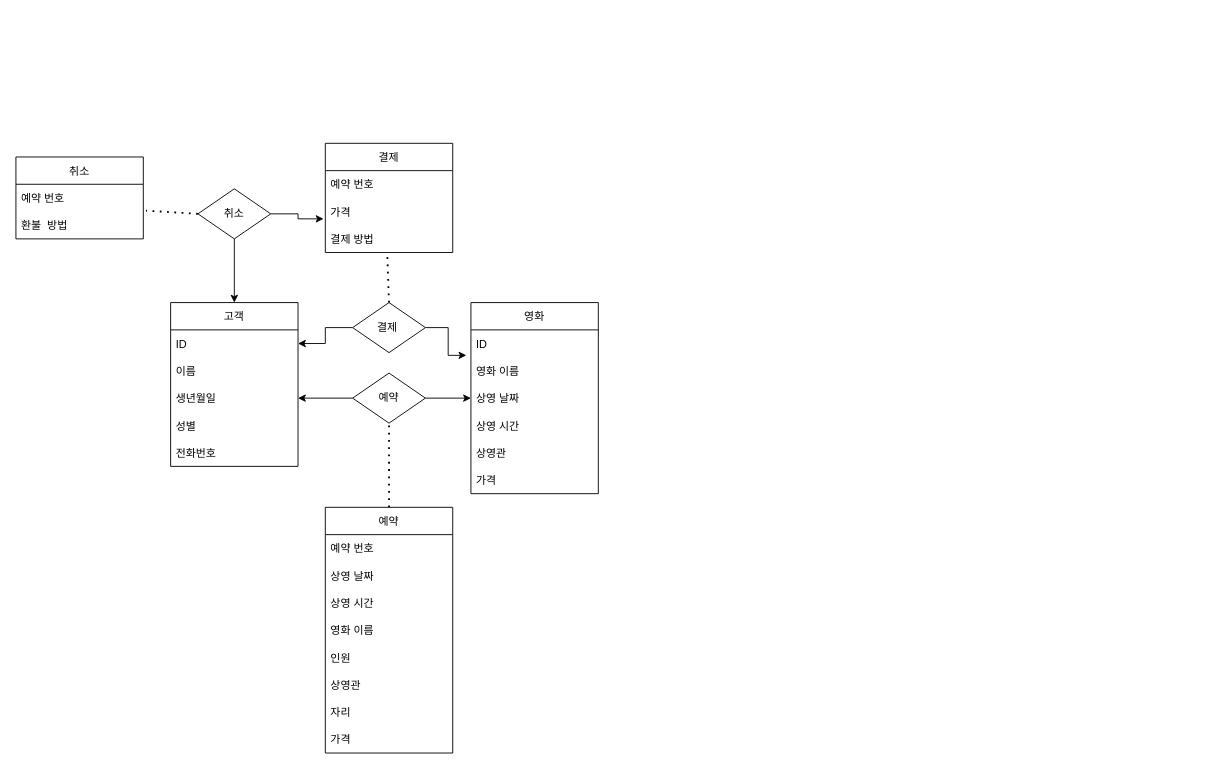
Earlier version of the draw.io diagram 예매 및 취소.drawio (chacha0707/db). Source tidied: cells renumbered, new cells numbered last; positions are measured from the earlier drawing's top-left corner, leaving out a move shared by most shapes. Both pictures are drawn from the tidied source at 91%, with x=0, y=0 at pixel (15, 143).
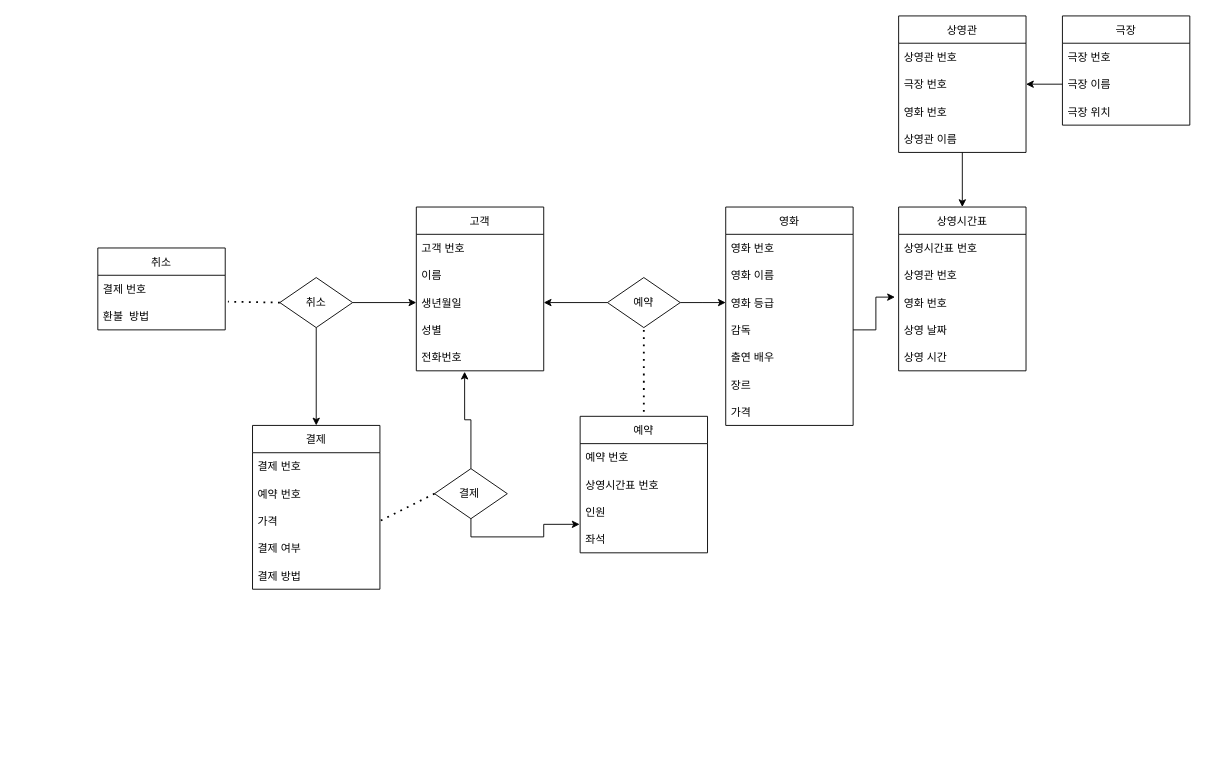
After the change.

Commit message:
Update 예매 및 취소.drawio

Unchanged cells that the change refers to:
```xml
<mxCell id="17" value="생년월일" style="text;strokeColor=none;fillColor=none;align=left;verticalAlign=middle;spacingLeft=4;spacingRight=4;overflow=hidden;points=[[0,0.5],[1,0.5]];portConstraint=eastwest;" parent="14" vertex="1">
  <mxGeometry y="90" width="140" height="30" as="geometry" />
</mxCell>
<mxCell id="19" value="전화번호" style="text;strokeColor=none;fillColor=none;align=left;verticalAlign=middle;spacingLeft=4;spacingRight=4;overflow=hidden;points=[[0,0.5],[1,0.5]];portConstraint=eastwest;" parent="14" vertex="1">
  <mxGeometry y="150" width="140" height="30" as="geometry" />
</mxCell>
```

Diff of the diagram source:
```diff
@@
     <mxCell id="2" value="취소" style="swimlane;fontStyle=0;horizontal=1;startSize=30;" parent="1" vertex="1">
-      <mxGeometry y="15" width="140" height="90" as="geometry" />
+      <mxGeometry x="90" y="115" width="140" height="90" as="geometry" />
     </mxCell>
-    <mxCell id="3" value="예약 번호" style="text;strokeColor=none;fillColor=none;align=left;verticalAlign=middle;spacingLeft=4;spacingRight=4;overflow=hidden;" parent="2" vertex="1">
+    <mxCell id="3" value="결제 번호" style="text;strokeColor=none;fillColor=none;align=left;verticalAlign=middle;spacingLeft=4;spacingRight=4;overflow=hidden;" parent="2" vertex="1">
       <mxGeometry y="30" width="140" height="30" as="geometry" />
     </mxCell>
@@
     <mxCell id="5" value="예약" style="swimlane;fontStyle=0;horizontal=1;startSize=30;" parent="1" vertex="1">
-      <mxGeometry x="340" y="400" width="140" height="270" as="geometry" />
+      <mxGeometry x="620" y="300" width="140" height="150" as="geometry" />
     </mxCell>
@@
-    <mxCell id="7" value="상영 날짜" style="text;strokeColor=none;fillColor=none;align=left;verticalAlign=middle;spacingLeft=4;spacingRight=4;overflow=hidden;" parent="5" vertex="1">
-      <mxGeometry y="60" width="140" height="30" as="geometry" />
-    </mxCell>
-    <mxCell id="8" value="상영 시간" style="text;strokeColor=none;fillColor=none;align=left;verticalAlign=middle;spacingLeft=4;spacingRight=4;overflow=hidden;" parent="5" vertex="1">
-      <mxGeometry y="90" width="140" height="30" as="geometry" />
-    </mxCell>
-    <mxCell id="9" value="영화 이름" style="text;strokeColor=none;fillColor=none;align=left;verticalAlign=middle;spacingLeft=4;spacingRight=4;overflow=hidden;" parent="5" vertex="1">
-      <mxGeometry y="120" width="140" height="30" as="geometry" />
-    </mxCell>
+    <mxCell id="43" value="상영시간표 번호" style="text;strokeColor=none;fillColor=none;align=left;verticalAlign=middle;spacingLeft=4;spacingRight=4;overflow=hidden;" parent="5" vertex="1">
+      <mxGeometry y="60" width="140" height="30" as="geometry" />
+    </mxCell>
     <mxCell id="10" value="인원" style="text;strokeColor=none;fillColor=none;align=left;verticalAlign=middle;spacingLeft=4;spacingRight=4;overflow=hidden;" parent="5" vertex="1">
-      <mxGeometry y="150" width="140" height="30" as="geometry" />
+      <mxGeometry y="90" width="140" height="30" as="geometry" />
     </mxCell>
-    <mxCell id="11" value="상영관" style="text;strokeColor=none;fillColor=none;align=left;verticalAlign=middle;spacingLeft=4;spacingRight=4;overflow=hidden;" parent="5" vertex="1">
-      <mxGeometry y="180" width="140" height="30" as="geometry" />
-    </mxCell>
-    <mxCell id="12" value="자리" style="text;strokeColor=none;fillColor=none;align=left;verticalAlign=middle;spacingLeft=4;spacingRight=4;overflow=hidden;points=[[0,0.5],[1,0.5]];portConstraint=eastwest;" parent="5" vertex="1">
-      <mxGeometry y="210" width="140" height="30" as="geometry" />
+    <mxCell id="12" value="좌석" style="text;strokeColor=none;fillColor=none;align=left;verticalAlign=middle;spacingLeft=4;spacingRight=4;overflow=hidden;points=[[0,0.5],[1,0.5]];portConstraint=eastwest;" parent="5" vertex="1">
+      <mxGeometry y="120" width="140" height="30" as="geometry" />
     </mxCell>
-    <mxCell id="13" value="가격" style="text;strokeColor=none;fillColor=none;align=left;verticalAlign=middle;spacingLeft=4;spacingRight=4;overflow=hidden;" parent="5" vertex="1">
-      <mxGeometry y="240" width="140" height="30" as="geometry" />
-    </mxCell>
     <mxCell id="14" value="고객" style="swimlane;fontStyle=0;horizontal=1;startSize=30;" parent="1" vertex="1">
-      <mxGeometry x="170" y="175" width="140" height="180" as="geometry" />
+      <mxGeometry x="440" y="70" width="140" height="180" as="geometry" />
     </mxCell>
-    <mxCell id="15" value="ID" style="text;strokeColor=none;fillColor=none;align=left;verticalAlign=middle;spacingLeft=4;spacingRight=4;overflow=hidden;points=[[0,0.5],[1,0.5]];portConstraint=eastwest;" parent="14" vertex="1">
+    <mxCell id="15" value="고객 번호" style="text;strokeColor=none;fillColor=none;align=left;verticalAlign=middle;spacingLeft=4;spacingRight=4;overflow=hidden;points=[[0,0.5],[1,0.5]];portConstraint=eastwest;" parent="14" vertex="1">
       <mxGeometry y="30" width="140" height="30" as="geometry" />
     </mxCell>
@@
     <mxCell id="20" value="영화" style="swimlane;fontStyle=0;horizontal=1;startSize=30;" parent="1" vertex="1">
-      <mxGeometry x="500" y="175" width="140" height="210" as="geometry" />
+      <mxGeometry x="780" y="70" width="140" height="240" as="geometry" />
     </mxCell>
-    <mxCell id="21" value="ID" style="text;strokeColor=none;fillColor=none;align=left;verticalAlign=middle;spacingLeft=4;spacingRight=4;overflow=hidden;points=[[0,0.5],[1,0.5]];portConstraint=eastwest;" parent="20" vertex="1">
-      <mxGeometry y="30" width="140" height="30" as="geometry" />
-    </mxCell>
+    <mxCell id="44" value="영화 번호" style="text;strokeColor=none;fillColor=none;align=left;verticalAlign=middle;spacingLeft=4;spacingRight=4;overflow=hidden;" parent="20" vertex="1">
+      <mxGeometry y="30" width="140" height="30" as="geometry" />
+    </mxCell>
@@
-    <mxCell id="23" value="상영 날짜" style="text;strokeColor=none;fillColor=none;align=left;verticalAlign=middle;spacingLeft=4;spacingRight=4;overflow=hidden;points=[[0,0.5],[1,0.5]];portConstraint=eastwest;" parent="20" vertex="1">
-      <mxGeometry y="90" width="140" height="30" as="geometry" />
-    </mxCell>
-    <mxCell id="24" value="상영 시간" style="text;strokeColor=none;fillColor=none;align=left;verticalAlign=middle;spacingLeft=4;spacingRight=4;overflow=hidden;" parent="20" vertex="1">
-      <mxGeometry y="120" width="140" height="30" as="geometry" />
-    </mxCell>
-    <mxCell id="25" value="상영관" style="text;strokeColor=none;fillColor=none;align=left;verticalAlign=middle;spacingLeft=4;spacingRight=4;overflow=hidden;" parent="20" vertex="1">
-      <mxGeometry y="150" width="140" height="30" as="geometry" />
-    </mxCell>
+    <mxCell id="45" value="영화 등급" style="text;strokeColor=none;fillColor=none;align=left;verticalAlign=middle;spacingLeft=4;spacingRight=4;overflow=hidden;" parent="20" vertex="1">
+      <mxGeometry y="90" width="140" height="30" as="geometry" />
+    </mxCell>
+    <mxCell id="46" value="감독" style="text;strokeColor=none;fillColor=none;align=left;verticalAlign=middle;spacingLeft=4;spacingRight=4;overflow=hidden;points=[[0,0.5],[1,0.5]];portConstraint=eastwest;" parent="20" vertex="1">
+      <mxGeometry y="120" width="140" height="30" as="geometry" />
+    </mxCell>
+    <mxCell id="47" value="출연 배우" style="text;strokeColor=none;fillColor=none;align=left;verticalAlign=middle;spacingLeft=4;spacingRight=4;overflow=hidden;" parent="20" vertex="1">
+      <mxGeometry y="150" width="140" height="30" as="geometry" />
+    </mxCell>
+    <mxCell id="48" value="장르" style="text;strokeColor=none;fillColor=none;align=left;verticalAlign=middle;spacingLeft=4;spacingRight=4;overflow=hidden;" parent="20" vertex="1">
+      <mxGeometry y="180" width="140" height="30" as="geometry" />
+    </mxCell>
     <mxCell id="26" value="가격" style="text;strokeColor=none;fillColor=none;align=left;verticalAlign=middle;spacingLeft=4;spacingRight=4;overflow=hidden;" parent="20" vertex="1">
-      <mxGeometry y="180" width="140" height="30" as="geometry" />
+      <mxGeometry y="210" width="140" height="30" as="geometry" />
     </mxCell>
@@
-    <mxCell id="28" style="edgeStyle=orthogonalEdgeStyle;rounded=0;jettySize=auto;html=1;entryX=0;entryY=0.5;entryDx=0;entryDy=0;" parent="1" edge="1" source="29" target="23">
-      <mxGeometry relative="1" as="geometry" />
+    <mxCell id="28" style="edgeStyle=orthogonalEdgeStyle;rounded=0;jettySize=auto;html=1;entryX=0;entryY=0.5;entryDx=0;entryDy=0;" parent="1" edge="1" source="29">
+      <mxGeometry relative="1" as="geometry">
+        <mxPoint x="780" y="175" as="targetPoint" />
+      </mxGeometry>
     </mxCell>
     <mxCell id="29" value="예약" style="shape=rhombus;perimeter=rhombusPerimeter;whiteSpace=wrap;html=1;align=center;" parent="1" vertex="1">
-      <mxGeometry x="370" y="252.5" width="80" height="55" as="geometry" />
+      <mxGeometry x="650" y="147.5" width="80" height="55" as="geometry" />
     </mxCell>
-    <mxCell id="30" style="edgeStyle=orthogonalEdgeStyle;rounded=0;jettySize=auto;html=1;entryX=1;entryY=0.5;entryDx=0;entryDy=0;" parent="1" edge="1" source="32" target="15">
+    <mxCell id="30" style="edgeStyle=orthogonalEdgeStyle;rounded=0;jettySize=auto;html=1;entryX=0.379;entryY=1.033;entryDx=0;entryDy=0;entryPerimeter=0;" parent="1" edge="1" source="32" target="19">
       <mxGeometry relative="1" as="geometry" />
     </mxCell>
-    <mxCell id="31" style="edgeStyle=orthogonalEdgeStyle;rounded=0;jettySize=auto;html=1;entryX=-0.036;entryY=0.933;entryDx=0;entryDy=0;entryPerimeter=0;" parent="1" edge="1" source="32" target="21">
+    <mxCell id="31" style="edgeStyle=orthogonalEdgeStyle;rounded=0;jettySize=auto;html=1;entryX=-0.004;entryY=-0.044;entryDx=0;entryDy=0;entryPerimeter=0;" parent="1" edge="1" source="32" target="12">
       <mxGeometry relative="1" as="geometry" />
     </mxCell>
     <mxCell id="32" value="결제&amp;nbsp;" style="shape=rhombus;perimeter=rhombusPerimeter;whiteSpace=wrap;html=1;align=center;" parent="1" vertex="1">
-      <mxGeometry x="370" y="175" width="80" height="55" as="geometry" />
+      <mxGeometry x="460" y="357.5" width="80" height="55" as="geometry" />
     </mxCell>
     <mxCell id="33" value="결제" style="swimlane;fontStyle=0;horizontal=1;startSize=30;" parent="1" vertex="1">
-      <mxGeometry x="340" width="140" height="120" as="geometry" />
+      <mxGeometry x="260" y="310" width="140" height="180" as="geometry" />
     </mxCell>
+    <mxCell id="49" value="결제 번호" style="text;strokeColor=none;fillColor=none;align=left;verticalAlign=middle;spacingLeft=4;spacingRight=4;overflow=hidden;" parent="33" vertex="1">
+      <mxGeometry y="30" width="140" height="30" as="geometry" />
+    </mxCell>
     <mxCell id="34" value="예약 번호" style="text;strokeColor=none;fillColor=none;align=left;verticalAlign=middle;spacingLeft=4;spacingRight=4;overflow=hidden;" parent="33" vertex="1">
-      <mxGeometry y="30" width="140" height="30" as="geometry" />
+      <mxGeometry y="60" width="140" height="30" as="geometry" />
     </mxCell>
     <mxCell id="35" value="가격" style="text;strokeColor=none;fillColor=none;align=left;verticalAlign=middle;spacingLeft=4;spacingRight=4;overflow=hidden;points=[[0,0.5],[1,0.5]];portConstraint=eastwest;" parent="33" vertex="1">
-      <mxGeometry y="60" width="140" height="30" as="geometry" />
+      <mxGeometry y="90" width="140" height="30" as="geometry" />
     </mxCell>
+    <mxCell id="50" value="결제 여부" style="text;strokeColor=none;fillColor=none;align=left;verticalAlign=middle;spacingLeft=4;spacingRight=4;overflow=hidden;" parent="33" vertex="1">
+      <mxGeometry y="120" width="140" height="30" as="geometry" />
+    </mxCell>
     <mxCell id="36" value="결제 방법" style="text;strokeColor=none;fillColor=none;align=left;verticalAlign=middle;spacingLeft=4;spacingRight=4;overflow=hidden;points=[[0,0.5],[1,0.5]];portConstraint=eastwest;" parent="33" vertex="1">
-      <mxGeometry y="90" width="140" height="30" as="geometry" />
+      <mxGeometry y="150" width="140" height="30" as="geometry" />
     </mxCell>
-    <mxCell id="37" style="endArrow=none;dashed=1;html=1;dashPattern=1 3;strokeWidth=2;rounded=0;entryX=0.5;entryY=1;entryDx=0;entryDy=0;exitX=0.5;exitY=0;exitDx=0;exitDy=0;" parent="1" edge="1" source="5" target="29">
-      <mxGeometry relative="1" as="geometry" />
+    <mxCell id="37" style="endArrow=none;dashed=1;html=1;dashPattern=1 3;strokeWidth=2;rounded=0;entryX=0.5;entryY=1;entryDx=0;entryDy=0;exitX=0.5;exitY=0;exitDx=0;exitDy=0;" parent="1" edge="1" target="29">
+      <mxGeometry relative="1" as="geometry">
+        <mxPoint x="690" y="295" as="sourcePoint" />
+      </mxGeometry>
     </mxCell>
-    <mxCell id="38" style="endArrow=none;dashed=1;html=1;dashPattern=1 3;strokeWidth=2;rounded=0;entryX=0.486;entryY=1.067;entryDx=0;entryDy=0;entryPerimeter=0;exitX=0.5;exitY=0;exitDx=0;exitDy=0;" parent="1" edge="1" source="32" target="36">
-      <mxGeometry relative="1" as="geometry" />
-    </mxCell>
-    <mxCell id="39" style="edgeStyle=orthogonalEdgeStyle;rounded=0;jettySize=auto;html=1;entryX=-0.014;entryY=0.767;entryDx=0;entryDy=0;entryPerimeter=0;" parent="1" edge="1" source="41" target="35">
-      <mxGeometry relative="1" as="geometry" />
-    </mxCell>
-    <mxCell id="40" style="edgeStyle=orthogonalEdgeStyle;rounded=0;jettySize=auto;html=1;exitX=0.5;exitY=1;exitDx=0;exitDy=0;entryX=0.5;entryY=0;entryDx=0;entryDy=0;" parent="1" edge="1" source="41" target="14">
+    <mxCell id="40" style="edgeStyle=orthogonalEdgeStyle;rounded=0;jettySize=auto;html=1;exitX=0.5;exitY=1;exitDx=0;exitDy=0;entryX=0.5;entryY=0;entryDx=0;entryDy=0;" parent="1" edge="1" source="41" target="33">
       <mxGeometry relative="1" as="geometry" />
     </mxCell>
+    <mxCell id="51" style="edgeStyle=orthogonalEdgeStyle;rounded=0;jettySize=auto;html=1;entryX=0;entryY=0.5;entryDx=0;entryDy=0;" parent="1" edge="1" source="41" target="17">
+      <mxGeometry relative="1" as="geometry" />
+    </mxCell>
     <mxCell id="41" value="취소" style="shape=rhombus;perimeter=rhombusPerimeter;whiteSpace=wrap;html=1;align=center;" parent="1" vertex="1">
-      <mxGeometry x="200" y="50" width="80" height="55" as="geometry" />
+      <mxGeometry x="290" y="147.5" width="80" height="55" as="geometry" />
     </mxCell>
@@
+    <mxCell id="52" style="endArrow=none;dashed=1;html=1;dashPattern=1 3;strokeWidth=2;rounded=0;exitX=0;exitY=0.5;exitDx=0;exitDy=0;entryX=1;entryY=0.5;entryDx=0;entryDy=0;" parent="1" edge="1" source="32" target="35">
+      <mxGeometry relative="1" as="geometry" />
+    </mxCell>
+    <mxCell id="53" value="극장" style="swimlane;fontStyle=0;horizontal=1;startSize=30;" parent="1" vertex="1">
+      <mxGeometry x="1150" y="-140" width="140" height="120" as="geometry" />
+    </mxCell>
+    <mxCell id="54" value="극장 번호" style="text;strokeColor=none;fillColor=none;align=left;verticalAlign=middle;spacingLeft=4;spacingRight=4;overflow=hidden;" parent="53" vertex="1">
+      <mxGeometry y="30" width="140" height="30" as="geometry" />
+    </mxCell>
+    <mxCell id="55" value="극장 이름" style="text;strokeColor=none;fillColor=none;align=left;verticalAlign=middle;spacingLeft=4;spacingRight=4;overflow=hidden;points=[[0,0.5],[1,0.5]];portConstraint=eastwest;" parent="53" vertex="1">
+      <mxGeometry y="60" width="140" height="30" as="geometry" />
+    </mxCell>
+    <mxCell id="56" value="극장 위치" style="text;strokeColor=none;fillColor=none;align=left;verticalAlign=middle;spacingLeft=4;spacingRight=4;overflow=hidden;" parent="53" vertex="1">
+      <mxGeometry y="90" width="140" height="30" as="geometry" />
+    </mxCell>
+    <mxCell id="57" value="상영시간표" style="swimlane;fontStyle=0;horizontal=1;startSize=30;" parent="1" vertex="1">
+      <mxGeometry x="970" y="70" width="140" height="180" as="geometry" />
+    </mxCell>
+    <mxCell id="58" value="상영시간표 번호" style="text;strokeColor=none;fillColor=none;align=left;verticalAlign=middle;spacingLeft=4;spacingRight=4;overflow=hidden;" parent="57" vertex="1">
+      <mxGeometry y="30" width="140" height="30" as="geometry" />
+    </mxCell>
+    <mxCell id="59" value="상영관 번호" style="text;strokeColor=none;fillColor=none;align=left;verticalAlign=middle;spacingLeft=4;spacingRight=4;overflow=hidden;" parent="57" vertex="1">
+      <mxGeometry y="60" width="140" height="30" as="geometry" />
+    </mxCell>
+    <mxCell id="60" value="영화 번호" style="text;strokeColor=none;fillColor=none;align=left;verticalAlign=middle;spacingLeft=4;spacingRight=4;overflow=hidden;points=[[0,0.5],[1,0.5]];portConstraint=eastwest;" parent="57" vertex="1">
+      <mxGeometry y="90" width="140" height="30" as="geometry" />
+    </mxCell>
+    <mxCell id="61" value="상영 날짜" style="text;strokeColor=none;fillColor=none;align=left;verticalAlign=middle;spacingLeft=4;spacingRight=4;overflow=hidden;" parent="57" vertex="1">
+      <mxGeometry y="120" width="140" height="30" as="geometry" />
+    </mxCell>
+    <mxCell id="62" value="상영 시간" style="text;strokeColor=none;fillColor=none;align=left;verticalAlign=middle;spacingLeft=4;spacingRight=4;overflow=hidden;" parent="57" vertex="1">
+      <mxGeometry y="150" width="140" height="30" as="geometry" />
+    </mxCell>
+    <mxCell id="63" style="edgeStyle=orthogonalEdgeStyle;rounded=0;jettySize=auto;html=1;entryX=0.5;entryY=0;entryDx=0;entryDy=0;" parent="1" edge="1" source="64" target="57">
+      <mxGeometry relative="1" as="geometry" />
+    </mxCell>
+    <mxCell id="64" value="상영관" style="swimlane;fontStyle=0;horizontal=1;startSize=30;" parent="1" vertex="1">
+      <mxGeometry x="970" y="-140" width="140" height="150" as="geometry" />
+    </mxCell>
+    <mxCell id="65" value="상영관 번호" style="text;strokeColor=none;fillColor=none;align=left;verticalAlign=middle;spacingLeft=4;spacingRight=4;overflow=hidden;" parent="64" vertex="1">
+      <mxGeometry y="30" width="140" height="30" as="geometry" />
+    </mxCell>
+    <mxCell id="66" value="극장 번호" style="text;strokeColor=none;fillColor=none;align=left;verticalAlign=middle;spacingLeft=4;spacingRight=4;overflow=hidden;points=[[0,0.5],[1,0.5]];portConstraint=eastwest;" parent="64" vertex="1">
+      <mxGeometry y="60" width="140" height="30" as="geometry" />
+    </mxCell>
+    <mxCell id="67" value="영화 번호" style="text;strokeColor=none;fillColor=none;align=left;verticalAlign=middle;spacingLeft=4;spacingRight=4;overflow=hidden;" parent="64" vertex="1">
+      <mxGeometry y="90" width="140" height="30" as="geometry" />
+    </mxCell>
+    <mxCell id="68" value="상영관 이름" style="text;strokeColor=none;fillColor=none;align=left;verticalAlign=middle;spacingLeft=4;spacingRight=4;overflow=hidden;" parent="64" vertex="1">
+      <mxGeometry y="120" width="140" height="30" as="geometry" />
+    </mxCell>
+    <mxCell id="69" style="edgeStyle=orthogonalEdgeStyle;rounded=0;jettySize=auto;html=1;exitX=1;exitY=0.5;exitDx=0;exitDy=0;entryX=-0.029;entryY=0.3;entryDx=0;entryDy=0;entryPerimeter=0;" parent="1" edge="1" source="46" target="60">
+      <mxGeometry relative="1" as="geometry" />
+    </mxCell>
+    <mxCell id="70" style="edgeStyle=orthogonalEdgeStyle;rounded=0;jettySize=auto;html=1;entryX=1;entryY=0.5;entryDx=0;entryDy=0;" parent="1" edge="1" source="55" target="66">
+      <mxGeometry relative="1" as="geometry" />
+    </mxCell>
```
